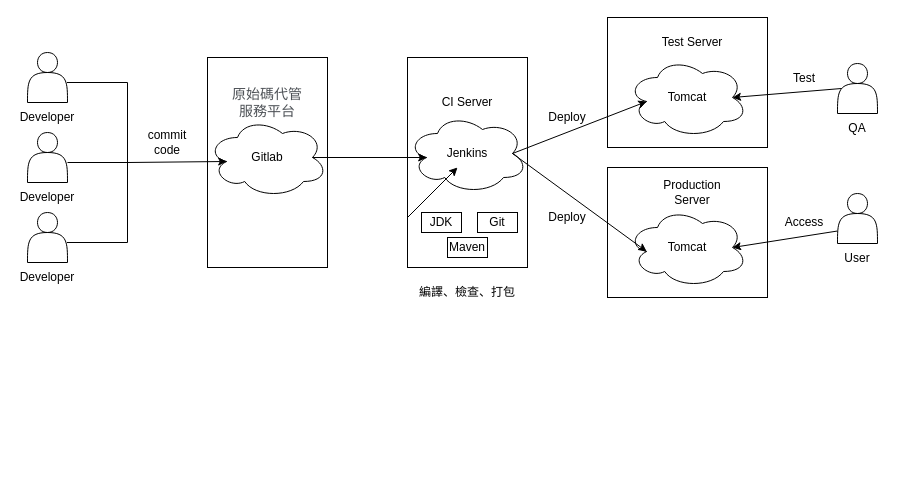
This is Pictures/CI flow.drawio from brandt84828/Jenkins, a draw.io file, before an edit. Source tidied: cells renumbered, new cells numbered last; positions are measured from the earlier drawing's top-left corner, leaving out a move shared by most shapes. Both pictures are drawn from the tidied source at 100%, with x=0, y=0 at pixel (17, 17).
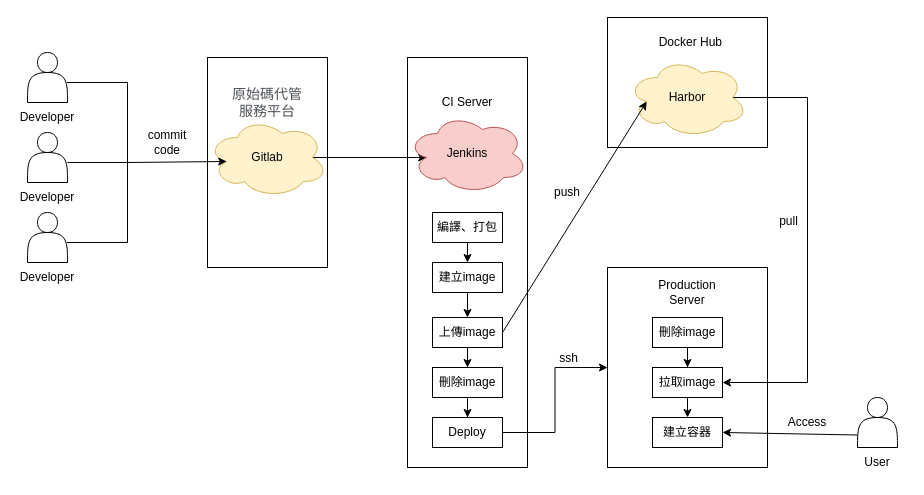
The same page after the edit.

Commit message (it also covers changes not shown here):
update flow chart

Change to the diagram source:
```diff
@@
-    <mxCell id="8" value="Gitlab" style="ellipse;shape=cloud;whiteSpace=wrap;html=1;fillColor=none;" parent="1" vertex="1">
+    <mxCell id="8" value="Gitlab" style="ellipse;shape=cloud;whiteSpace=wrap;html=1;fillColor=#fff2cc;strokeColor=#d6b656;" parent="1" vertex="1">
       <mxGeometry x="190" y="100" width="120" height="80" as="geometry" />
     </mxCell>
+    <mxCell id="43" style="edgeStyle=orthogonalEdgeStyle;rounded=0;jettySize=auto;html=1;exitX=0.875;exitY=0.5;exitDx=0;exitDy=0;exitPerimeter=0;entryX=1;entryY=0.5;entryDx=0;entryDy=0;" parent="1" edge="1" source="9" target="58">
+      <mxGeometry relative="1" as="geometry">
+        <Array as="points">
+          <mxPoint x="790" y="80" />
+          <mxPoint x="790" y="365" />
+        </Array>
+      </mxGeometry>
+    </mxCell>
+    <mxCell id="44" value="pull" style="edgeLabel;html=1;align=center;verticalAlign=middle;fontSize=12;" parent="43" vertex="1">
+      <mxGeometry x="-0.11" y="-1" relative="1" as="geometry">
+        <mxPoint x="-19" as="offset" />
+      </mxGeometry>
+    </mxCell>
-    <mxCell id="9" value="Tomcat" style="ellipse;shape=cloud;whiteSpace=wrap;html=1;fillColor=none;" parent="1" vertex="1">
+    <mxCell id="9" value="Harbor" style="ellipse;shape=cloud;whiteSpace=wrap;html=1;fillColor=#fff2cc;strokeColor=#d6b656;" parent="1" vertex="1">
       <mxGeometry x="610" y="40" width="120" height="80" as="geometry" />
     </mxCell>
-    <mxCell id="10" value="Test Server" style="text;html=1;strokeColor=none;fillColor=none;align=center;verticalAlign=middle;whiteSpace=wrap;rounded=0;" parent="1" vertex="1">
+    <mxCell id="10" value="Docker Hub&amp;nbsp;" style="text;html=1;strokeColor=none;fillColor=none;align=center;verticalAlign=middle;whiteSpace=wrap;rounded=0;" parent="1" vertex="1">
       <mxGeometry x="640" y="10" width="70" height="30" as="geometry" />
     </mxCell>
     <mxCell id="11" style="rounded=0;whiteSpace=wrap;html=1;fillColor=none;" parent="1" vertex="1">
-      <mxGeometry x="590" y="150" width="160" height="130" as="geometry" />
+      <mxGeometry x="590" y="250" width="160" height="200" as="geometry" />
     </mxCell>
-    <mxCell id="12" value="Tomcat" style="ellipse;shape=cloud;whiteSpace=wrap;html=1;fillColor=none;" parent="1" vertex="1">
-      <mxGeometry x="610" y="190" width="120" height="80" as="geometry" />
-    </mxCell>
     <mxCell id="13" value="Production Server" style="text;html=1;strokeColor=none;fillColor=none;align=center;verticalAlign=middle;whiteSpace=wrap;rounded=0;" parent="1" vertex="1">
-      <mxGeometry x="640" y="160" width="70" height="30" as="geometry" />
+      <mxGeometry x="635" y="260" width="70" height="30" as="geometry" />
     </mxCell>
@@
     <mxCell id="20" style="rounded=0;whiteSpace=wrap;html=1;fillColor=none;" parent="1" vertex="1">
-      <mxGeometry x="390" y="40" width="120" height="210" as="geometry" />
+      <mxGeometry x="390" y="40" width="120" height="410" as="geometry" />
     </mxCell>
-    <mxCell id="21" value="Jenkins" style="ellipse;shape=cloud;whiteSpace=wrap;html=1;fillColor=none;" parent="1" vertex="1">
+    <mxCell id="21" value="Jenkins" style="ellipse;shape=cloud;whiteSpace=wrap;html=1;fillColor=#f8cecc;strokeColor=#b85450;" parent="1" vertex="1">
       <mxGeometry x="390" y="96" width="120" height="80" as="geometry" />
     </mxCell>
-    <mxCell id="22" value="JDK" style="rounded=0;whiteSpace=wrap;html=1;fillColor=none;" parent="1" vertex="1">
-      <mxGeometry x="404" y="195" width="40" height="20" as="geometry" />
-    </mxCell>
-    <mxCell id="23" value="Git" style="rounded=0;whiteSpace=wrap;html=1;fillColor=none;" parent="1" vertex="1">
-      <mxGeometry x="460" y="195" width="40" height="20" as="geometry" />
-    </mxCell>
-    <mxCell id="24" value="Maven" style="rounded=0;whiteSpace=wrap;html=1;fillColor=none;" parent="1" vertex="1">
-      <mxGeometry x="430" y="220" width="40" height="20" as="geometry" />
-    </mxCell>
-    <mxCell id="25" value="編譯、檢查、打包" style="text;html=1;strokeColor=none;fillColor=none;align=center;verticalAlign=middle;whiteSpace=wrap;rounded=0;" parent="1" vertex="1">
-      <mxGeometry x="390" y="260" width="120" height="30" as="geometry" />
-    </mxCell>
-    <mxCell id="26" style="endArrow=classic;html=1;rounded=0;entryX=0.16;entryY=0.55;entryDx=0;entryDy=0;entryPerimeter=0;exitX=0.875;exitY=0.5;exitDx=0;exitDy=0;exitPerimeter=0;" parent="1" edge="1" source="21" target="9">
+    <mxCell id="26" style="endArrow=classic;html=1;rounded=0;entryX=0.16;entryY=0.55;entryDx=0;entryDy=0;entryPerimeter=0;exitX=1;exitY=0.5;exitDx=0;exitDy=0;" parent="1" edge="1" source="50" target="9">
       <mxGeometry relative="1" as="geometry" />
     </mxCell>
-    <mxCell id="27" style="endArrow=classic;html=1;rounded=0;entryX=0.16;entryY=0.55;entryDx=0;entryDy=0;entryPerimeter=0;exitX=0.875;exitY=0.5;exitDx=0;exitDy=0;exitPerimeter=0;" parent="1" edge="1" source="21" target="12">
-      <mxGeometry relative="1" as="geometry" />
-    </mxCell>
-    <mxCell id="28" value="Deploy" style="text;html=1;strokeColor=none;fillColor=none;align=center;verticalAlign=middle;whiteSpace=wrap;rounded=0;" parent="1" vertex="1">
-      <mxGeometry x="520" y="85" width="60" height="30" as="geometry" />
+    <mxCell id="28" value="push" style="text;html=1;strokeColor=none;fillColor=none;align=center;verticalAlign=middle;whiteSpace=wrap;rounded=0;" parent="1" vertex="1">
+      <mxGeometry x="520" y="160" width="60" height="30" as="geometry" />
     </mxCell>
-    <mxCell id="29" value="Deploy" style="text;html=1;strokeColor=none;fillColor=none;align=center;verticalAlign=middle;whiteSpace=wrap;rounded=0;" parent="1" vertex="1">
-      <mxGeometry x="520" y="185" width="60" height="30" as="geometry" />
-    </mxCell>
@@
-    <mxCell id="33" style="shape=actor;whiteSpace=wrap;html=1;" parent="1" vertex="1">
-      <mxGeometry x="820" y="46" width="40" height="50" as="geometry" />
-    </mxCell>
-    <mxCell id="34" value="QA" style="text;html=1;strokeColor=none;fillColor=none;align=center;verticalAlign=middle;whiteSpace=wrap;rounded=0;" parent="1" vertex="1">
-      <mxGeometry x="810" y="96" width="60" height="30" as="geometry" />
-    </mxCell>
     <mxCell id="35" style="shape=actor;whiteSpace=wrap;html=1;" parent="1" vertex="1">
-      <mxGeometry x="820" y="176" width="40" height="50" as="geometry" />
+      <mxGeometry x="840" y="380" width="40" height="50" as="geometry" />
     </mxCell>
     <mxCell id="36" value="User" style="text;html=1;strokeColor=none;fillColor=none;align=center;verticalAlign=middle;whiteSpace=wrap;rounded=0;" parent="1" vertex="1">
-      <mxGeometry x="810" y="226" width="60" height="30" as="geometry" />
+      <mxGeometry x="830" y="430" width="60" height="30" as="geometry" />
     </mxCell>
-    <mxCell id="37" style="endArrow=classic;html=1;rounded=0;entryX=0.875;entryY=0.5;entryDx=0;entryDy=0;entryPerimeter=0;exitX=0.1;exitY=0.5;exitDx=0;exitDy=0;exitPerimeter=0;" parent="1" edge="1" source="33" target="9">
-      <mxGeometry relative="1" as="geometry" />
-    </mxCell>
-    <mxCell id="38" style="endArrow=classic;html=1;rounded=0;" parent="1" edge="1">
-      <mxGeometry relative="1" as="geometry">
-        <mxPoint x="390" y="200" as="sourcePoint" />
-        <mxPoint x="440" y="150" as="targetPoint" />
-      </mxGeometry>
-    </mxCell>
-    <mxCell id="39" style="endArrow=classic;html=1;rounded=0;entryX=0.875;entryY=0.5;entryDx=0;entryDy=0;entryPerimeter=0;exitX=0;exitY=0.75;exitDx=0;exitDy=0;" parent="1" edge="1" source="35" target="12">
+    <mxCell id="39" style="endArrow=classic;html=1;rounded=0;entryX=1;entryY=0.5;entryDx=0;entryDy=0;exitX=0;exitY=0.75;exitDx=0;exitDy=0;" parent="1" edge="1" source="35" target="59">
       <mxGeometry relative="1" as="geometry" />
     </mxCell>
-    <mxCell id="40" value="Test" style="text;html=1;strokeColor=none;fillColor=none;align=center;verticalAlign=middle;whiteSpace=wrap;rounded=0;" parent="1" vertex="1">
-      <mxGeometry x="757" y="46" width="60" height="30" as="geometry" />
-    </mxCell>
-    <mxCell id="41" style="edgeStyle=orthogonalEdgeStyle;rounded=0;orthogonalLoop=1;jettySize=auto;html=1;exitX=0.5;exitY=1;exitDx=0;exitDy=0;" parent="1" edge="1" source="40" target="40">
-      <mxGeometry relative="1" as="geometry" />
+    <mxCell id="41" style="edgeStyle=orthogonalEdgeStyle;rounded=0;orthogonalLoop=1;jettySize=auto;html=1;exitX=0.5;exitY=1;exitDx=0;exitDy=0;" parent="1" edge="1">
+      <mxGeometry relative="1" as="geometry">
+        <mxPoint x="787" y="76" as="sourcePoint" />
+        <mxPoint x="787" y="76" as="targetPoint" />
+      </mxGeometry>
     </mxCell>
     <mxCell id="42" value="Access" style="text;html=1;strokeColor=none;fillColor=none;align=center;verticalAlign=middle;whiteSpace=wrap;rounded=0;" parent="1" vertex="1">
-      <mxGeometry x="757" y="190" width="60" height="30" as="geometry" />
+      <mxGeometry x="760" y="390" width="60" height="30" as="geometry" />
     </mxCell>
+    <mxCell id="45" style="edgeStyle=orthogonalEdgeStyle;rounded=0;jettySize=auto;html=1;exitX=0.5;exitY=1;exitDx=0;exitDy=0;entryX=0.5;entryY=0;entryDx=0;entryDy=0;" parent="1" edge="1" source="46" target="48">
+      <mxGeometry relative="1" as="geometry" />
+    </mxCell>
+    <mxCell id="46" value="編譯、打包" style="text;html=1;strokeColor=default;fillColor=none;align=center;verticalAlign=middle;whiteSpace=wrap;rounded=0;" parent="1" vertex="1">
+      <mxGeometry x="415" y="195" width="70" height="30" as="geometry" />
+    </mxCell>
+    <mxCell id="47" style="edgeStyle=orthogonalEdgeStyle;rounded=0;jettySize=auto;html=1;exitX=0.5;exitY=1;exitDx=0;exitDy=0;" parent="1" edge="1" source="48" target="50">
+      <mxGeometry relative="1" as="geometry" />
+    </mxCell>
+    <mxCell id="48" value="建立image" style="text;html=1;strokeColor=default;fillColor=none;align=center;verticalAlign=middle;whiteSpace=wrap;rounded=0;" parent="1" vertex="1">
+      <mxGeometry x="415" y="245" width="70" height="30" as="geometry" />
+    </mxCell>
+    <mxCell id="49" style="edgeStyle=orthogonalEdgeStyle;rounded=0;jettySize=auto;html=1;exitX=0.5;exitY=1;exitDx=0;exitDy=0;" parent="1" edge="1" source="50" target="52">
+      <mxGeometry relative="1" as="geometry" />
+    </mxCell>
+    <mxCell id="50" value="上傳image" style="text;html=1;strokeColor=default;fillColor=none;align=center;verticalAlign=middle;whiteSpace=wrap;rounded=0;" parent="1" vertex="1">
+      <mxGeometry x="415" y="300" width="70" height="30" as="geometry" />
+    </mxCell>
+    <mxCell id="51" style="edgeStyle=orthogonalEdgeStyle;rounded=0;jettySize=auto;html=1;exitX=0.5;exitY=1;exitDx=0;exitDy=0;" parent="1" edge="1" source="52" target="29">
+      <mxGeometry relative="1" as="geometry" />
+    </mxCell>
+    <mxCell id="52" value="刪除image" style="text;html=1;strokeColor=default;fillColor=none;align=center;verticalAlign=middle;whiteSpace=wrap;rounded=0;" parent="1" vertex="1">
+      <mxGeometry x="415" y="350" width="70" height="30" as="geometry" />
+    </mxCell>
+    <mxCell id="53" style="edgeStyle=orthogonalEdgeStyle;rounded=0;jettySize=auto;html=1;exitX=1;exitY=0.5;exitDx=0;exitDy=0;entryX=0;entryY=0.5;entryDx=0;entryDy=0;fontSize=12;" parent="1" edge="1" source="29" target="11">
+      <mxGeometry relative="1" as="geometry" />
+    </mxCell>
+    <mxCell id="54" value="ssh" style="edgeLabel;html=1;align=center;verticalAlign=middle;fontSize=12;" parent="53" vertex="1">
+      <mxGeometry x="0.49" relative="1" as="geometry">
+        <mxPoint x="3" y="-10" as="offset" />
+      </mxGeometry>
+    </mxCell>
+    <mxCell id="29" value="Deploy" style="text;html=1;strokeColor=default;fillColor=none;align=center;verticalAlign=middle;whiteSpace=wrap;rounded=0;" parent="1" vertex="1">
+      <mxGeometry x="415" y="400" width="70" height="30" as="geometry" />
+    </mxCell>
+    <mxCell id="55" style="edgeStyle=orthogonalEdgeStyle;rounded=0;jettySize=auto;html=1;exitX=0.5;exitY=1;exitDx=0;exitDy=0;" parent="1" edge="1" source="56" target="58">
+      <mxGeometry relative="1" as="geometry" />
+    </mxCell>
+    <mxCell id="56" value="刪除image" style="text;html=1;strokeColor=default;fillColor=none;align=center;verticalAlign=middle;whiteSpace=wrap;rounded=0;" parent="1" vertex="1">
+      <mxGeometry x="635" y="300" width="70" height="30" as="geometry" />
+    </mxCell>
+    <mxCell id="57" style="edgeStyle=orthogonalEdgeStyle;rounded=0;jettySize=auto;html=1;exitX=0.5;exitY=1;exitDx=0;exitDy=0;entryX=0.5;entryY=0;entryDx=0;entryDy=0;" parent="1" edge="1" source="58" target="59">
+      <mxGeometry relative="1" as="geometry" />
+    </mxCell>
+    <mxCell id="58" value="拉取image" style="text;html=1;strokeColor=default;fillColor=none;align=center;verticalAlign=middle;whiteSpace=wrap;rounded=0;" parent="1" vertex="1">
+      <mxGeometry x="635" y="350" width="70" height="30" as="geometry" />
+    </mxCell>
+    <mxCell id="59" value="建立容器" style="text;html=1;strokeColor=default;fillColor=none;align=center;verticalAlign=middle;whiteSpace=wrap;rounded=0;" parent="1" vertex="1">
+      <mxGeometry x="635" y="400" width="70" height="30" as="geometry" />
+    </mxCell>
```
